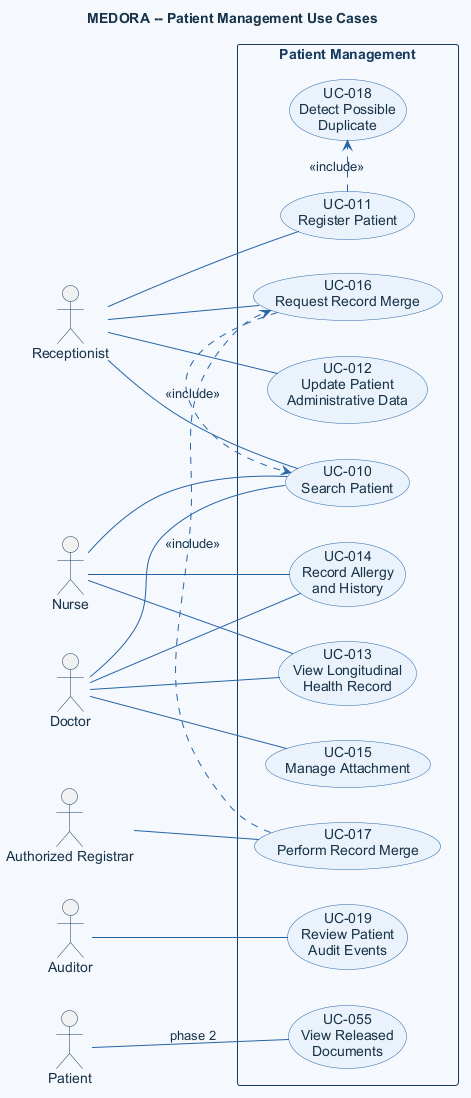
Above: doc/asset/03-system-requirements/use-case-by-function/patient-management/figure/patient-management.png in DucDung-1107/SysDes_2026.1_Group_08 (PlantUML), before the change.
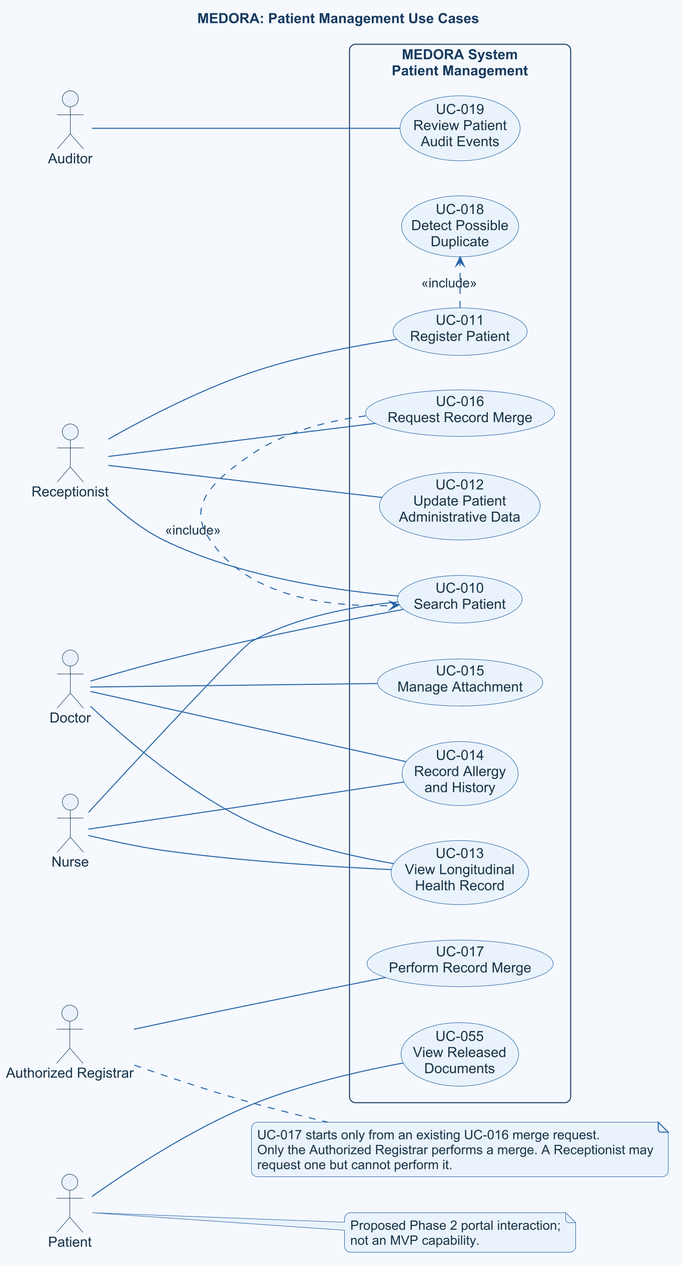
The same file after the commit.

The edit, as a diff of the source:
```diff
@@ -1,19 +1,8 @@
 @startuml
-title MEDORA -- Patient Management Use Cases
+title MEDORA: Patient Management Use Cases
+!include ../../../../shared/templates/medora-style.puml
+skinparam dpi 192
 left to right direction
-skinparam shadowing false
-skinparam defaultFontName Arial
-skinparam defaultFontColor #183247
-skinparam backgroundColor #F5F9FE
-skinparam ArrowColor #2563A6
-skinparam UsecaseBackgroundColor #EAF3FB
-skinparam UsecaseBorderColor #2563A6
-skinparam UsecaseFontColor #183247
-skinparam ActorBorderColor #163A5F
-skinparam ActorFontColor #183247
-skinparam RectangleBackgroundColor #F5F9FE
-skinparam RectangleBorderColor #163A5F
-skinparam RectangleFontColor #163A5F
 
 actor Receptionist as reception
 actor Nurse as nurse
@@ -22,7 +11,7 @@
 actor Auditor as auditor
 actor Patient as patient
 
-rectangle "Patient Management" {
+rectangle "MEDORA System\nPatient Management" {
   usecase "UC-010\nSearch Patient" as search
   usecase "UC-011\nRegister Patient" as register
   usecase "UC-012\nUpdate Patient\nAdministrative Data" as update
@@ -49,10 +38,20 @@
 doctor -- attachment
 registrar -- merge
 auditor -- audit
-patient -- releasedDocuments : phase 2
+patient -- releasedDocuments
 
 register .> duplicate : <<include>>
 mergeRequest .> search : <<include>>
-merge .> mergeRequest : <<include>>
+
+note right of registrar
+  UC-017 starts only from an existing UC-016 merge request.
+  Only the Authorized Registrar performs a merge. A Receptionist may
+  request one but cannot perform it.
+end note
+
+note right of patient
+  Proposed Phase 2 portal interaction;
+  not an MVP capability.
+end note
 
 @enduml
```
